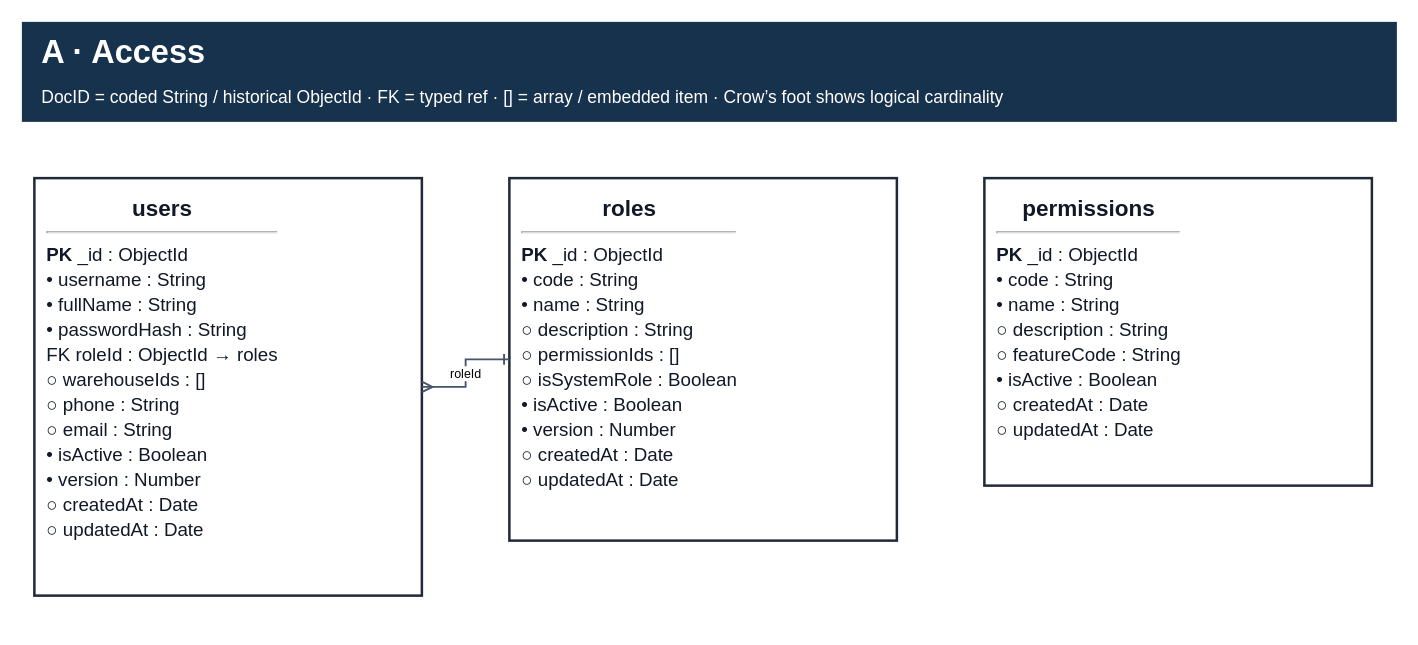
bupbalabup/wmsd_be keeps this draw.io diagram as page "A · Access" (2 of 11) of git_doc/docs/03_thiet_ke/DB_Current_2026-11-12_58/WMSD_ERD_Current.drawio. Above is the earlier version. Source tidied: cells renumbered, new cells numbered last; positions are measured from the earlier drawing's top-left corner, leaving out a move shared by most shapes. Both pictures are drawn from the tidied source at 125%, with x=0, y=0 at pixel (21, 21).
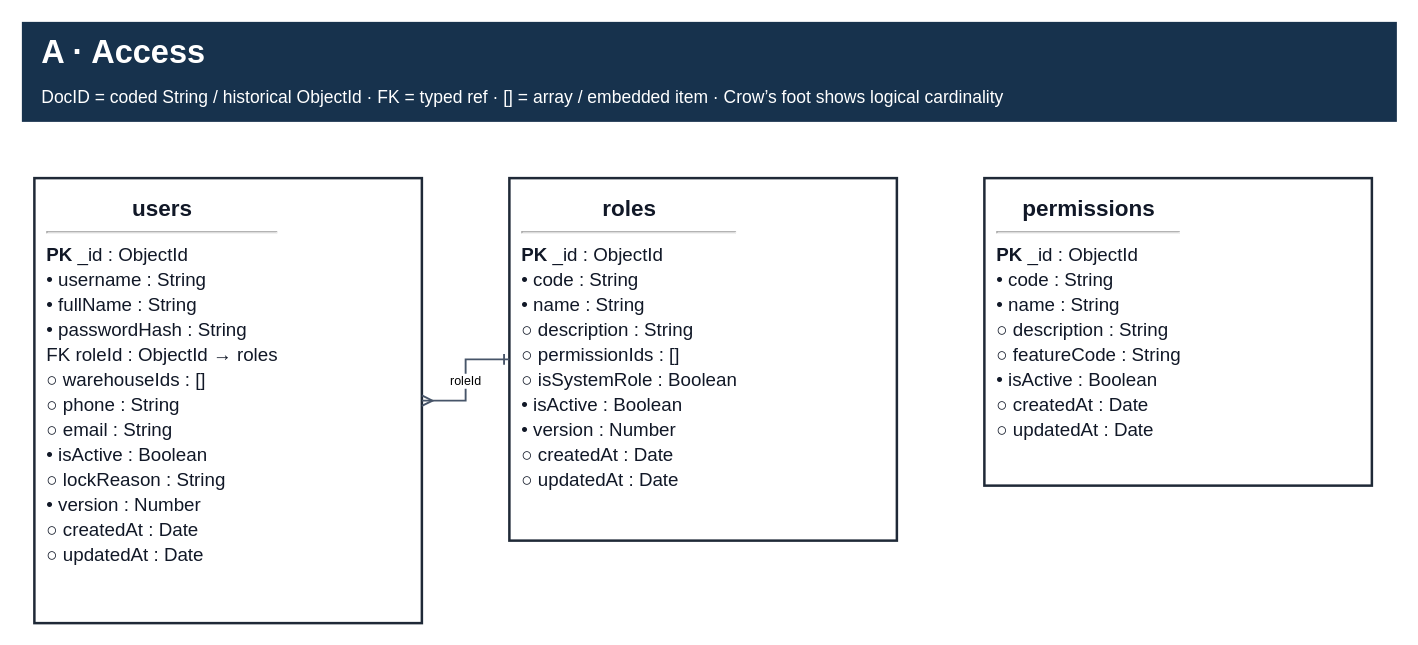
The same diagram, later.

Change to the diagram source:
```diff
@@
 <mxGraphModel background="#FFFFFF">
   <root>
     <mxCell id="0" />
     <mxCell id="1" parent="0" />
     <mxCell id="2" value="&lt;b&gt;A · Access&lt;/b&gt;&lt;br/&gt;&lt;font style=&quot;font-size:14px&quot;&gt;DocID = coded String / historical ObjectId · FK = typed ref · [] = array / embedded item · Crow’s foot shows logical cardinality&lt;/font&gt;" style="rounded=0;whiteSpace=wrap;html=1;fillColor=#17324D;strokeColor=none;fontColor=#FFFFFF;align=left;verticalAlign=middle;spacing=16;fontFamily=Arial;fontSize=26;" parent="1" vertex="1">
       <mxGeometry width="1100" height="80" as="geometry" />
     </mxCell>
-    <mxCell id="3" value="&lt;div style=&quot;font-size:15px;line-height:20px&quot;&gt;&lt;div style=&quot;text-align:center;font-size:18px&quot;&gt;&lt;b&gt;users&lt;/b&gt;&lt;/div&gt;&lt;hr/&gt;&lt;div&gt;&lt;b&gt;PK&lt;/b&gt;  _id : ObjectId&lt;br/&gt;•  username : String&lt;br/&gt;•  fullName : String&lt;br/&gt;•  passwordHash : String&lt;br/&gt;FK  roleId : ObjectId → roles&lt;br/&gt;○  warehouseIds : []&lt;br/&gt;○  phone : String&lt;br/&gt;○  email : String&lt;br/&gt;•  isActive : Boolean&lt;br/&gt;•  version : Number&lt;br/&gt;○ createdAt : Date&lt;br/&gt;○ updatedAt : Date&lt;/div&gt;&lt;/div&gt;" style="rounded=0;whiteSpace=wrap;html=1;fillColor=#FFFFFF;strokeColor=#1F2937;strokeWidth=2;fontColor=#111827;align=left;verticalAlign=top;spacing=10;fontFamily=Arial;overflow=hidden;" parent="1" vertex="1">
-      <mxGeometry x="10" y="125" width="310" height="334" as="geometry" />
+    <mxCell id="3" value="&lt;div style=&quot;font-size:15px;line-height:20px&quot;&gt;&lt;div style=&quot;text-align:center;font-size:18px&quot;&gt;&lt;b&gt;users&lt;/b&gt;&lt;/div&gt;&lt;hr/&gt;&lt;div&gt;&lt;b&gt;PK&lt;/b&gt;  _id : ObjectId&lt;br/&gt;•  username : String&lt;br/&gt;•  fullName : String&lt;br/&gt;•  passwordHash : String&lt;br/&gt;FK  roleId : ObjectId → roles&lt;br/&gt;○  warehouseIds : []&lt;br/&gt;○  phone : String&lt;br/&gt;○  email : String&lt;br/&gt;•  isActive : Boolean&lt;br/&gt;○  lockReason : String&lt;br/&gt;•  version : Number&lt;br/&gt;○ createdAt : Date&lt;br/&gt;○ updatedAt : Date&lt;/div&gt;&lt;/div&gt;" style="rounded=0;whiteSpace=wrap;html=1;fillColor=#FFFFFF;strokeColor=#1F2937;strokeWidth=2;fontColor=#111827;align=left;verticalAlign=top;spacing=10;fontFamily=Arial;overflow=hidden;" parent="1" vertex="1">
+      <mxGeometry x="10" y="125" width="310" height="356" as="geometry" />
     </mxCell>
     <mxCell id="4" value="&lt;div style=&quot;font-size:15px;line-height:20px&quot;&gt;&lt;div style=&quot;text-align:center;font-size:18px&quot;&gt;&lt;b&gt;roles&lt;/b&gt;&lt;/div&gt;&lt;hr/&gt;&lt;div&gt;&lt;b&gt;PK&lt;/b&gt;  _id : ObjectId&lt;br/&gt;•  code : String&lt;br/&gt;•  name : String&lt;br/&gt;○  description : String&lt;br/&gt;○  permissionIds : []&lt;br/&gt;○  isSystemRole : Boolean&lt;br/&gt;•  isActive : Boolean&lt;br/&gt;•  version : Number&lt;br/&gt;○ createdAt : Date&lt;br/&gt;○ updatedAt : Date&lt;/div&gt;&lt;/div&gt;" style="rounded=0;whiteSpace=wrap;html=1;fillColor=#FFFFFF;strokeColor=#1F2937;strokeWidth=2;fontColor=#111827;align=left;verticalAlign=top;spacing=10;fontFamily=Arial;overflow=hidden;" parent="1" vertex="1">
       <mxGeometry x="390" y="125" width="310" height="290" as="geometry" />
     </mxCell>
     <mxCell id="5" value="&lt;div style=&quot;font-size:15px;line-height:20px&quot;&gt;&lt;div style=&quot;text-align:center;font-size:18px&quot;&gt;&lt;b&gt;permissions&lt;/b&gt;&lt;/div&gt;&lt;hr/&gt;&lt;div&gt;&lt;b&gt;PK&lt;/b&gt;  _id : ObjectId&lt;br/&gt;•  code : String&lt;br/&gt;•  name : String&lt;br/&gt;○  description : String&lt;br/&gt;○  featureCode : String&lt;br/&gt;•  isActive : Boolean&lt;br/&gt;○ createdAt : Date&lt;br/&gt;○ updatedAt : Date&lt;/div&gt;&lt;/div&gt;" style="rounded=0;whiteSpace=wrap;html=1;fillColor=#FFFFFF;strokeColor=#1F2937;strokeWidth=2;fontColor=#111827;align=left;verticalAlign=top;spacing=10;fontFamily=Arial;overflow=hidden;" parent="1" vertex="1">
       <mxGeometry x="770" y="125" width="310" height="246" as="geometry" />
     </mxCell>
     <mxCell id="6" value="roleId" style="edgeStyle=orthogonalEdgeStyle;rounded=0;jettySize=auto;html=1;strokeColor=#475569;strokeWidth=1.5;startArrow=ERone;endArrow=ERmany;fontFamily=Arial;fontSize=10;labelBackgroundColor=#FFFFFF;" parent="1" edge="1" source="4" target="3">
       <mxGeometry relative="1" as="geometry" />
     </mxCell>
   </root>
 </mxGraphModel>
```
